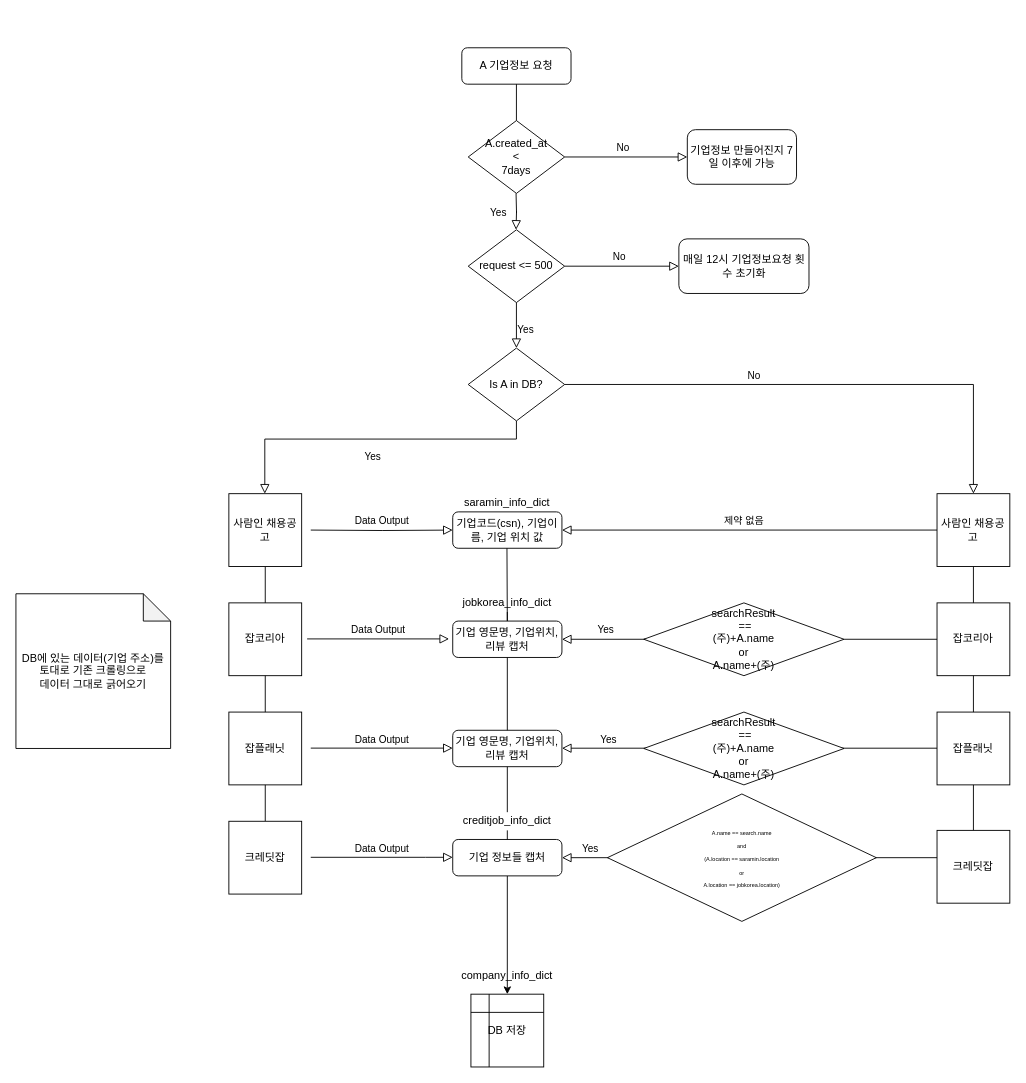
NGG-kang/project3 keeps this draw.io diagram as Untitled Diagram.drawio. Above is the earlier version. Source tidied: cells renumbered, new cells numbered last; positions are measured from the earlier drawing's top-left corner, leaving out a move shared by most shapes. Both pictures are drawn from the tidied source at 91%, with x=0, y=0 at pixel (15, 47).
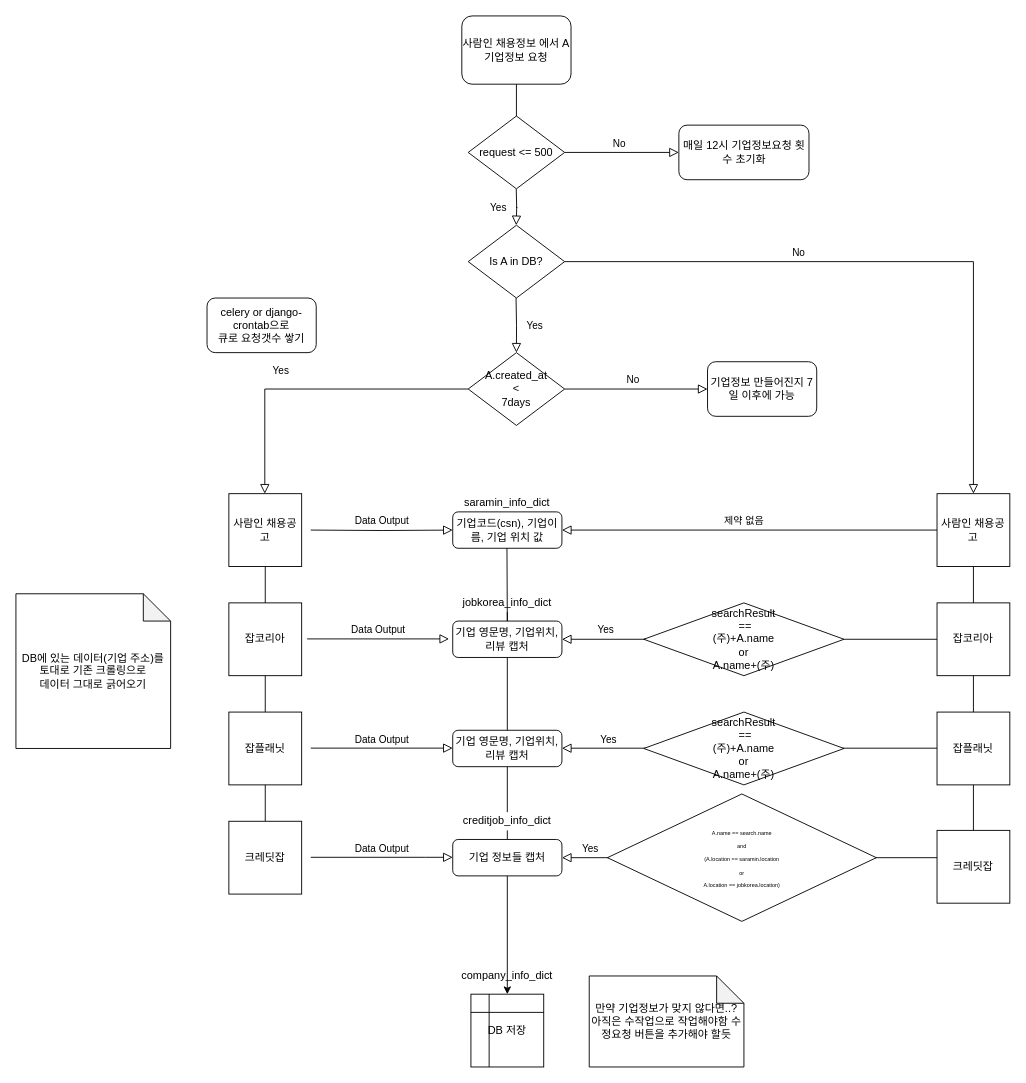
After the change.

What changed in the source:
```diff
@@
-    <mxCell id="8" value="A 기업정보 요청" style="rounded=1;whiteSpace=wrap;html=1;fontSize=12;glass=0;strokeWidth=1;shadow=0;" parent="1" vertex="1">
-      <mxGeometry x="490" width="120" height="40" as="geometry" />
+    <mxCell id="8" value="사람인 채용정보 에서 A 기업정보 요청" style="rounded=1;whiteSpace=wrap;html=1;fontSize=12;glass=0;strokeWidth=1;shadow=0;" parent="1" vertex="1">
+      <mxGeometry x="490" y="-35" width="120" height="75" as="geometry" />
     </mxCell>
@@
-    <mxCell id="15" value="Yes" style="rounded=0;html=1;jettySize=auto;fontSize=11;endArrow=block;endFill=0;endSize=8;strokeWidth=1;shadow=0;labelBackgroundColor=none;edgeStyle=orthogonalEdgeStyle;exitX=0.5;exitY=1;exitDx=0;exitDy=0;startArrow=none;" parent="1" edge="1" source="37">
-      <mxGeometry y="20" relative="1" as="geometry">
+    <mxCell id="15" value="Yes" style="rounded=0;html=1;jettySize=auto;fontSize=11;endArrow=block;endFill=0;endSize=8;strokeWidth=1;shadow=0;labelBackgroundColor=none;edgeStyle=orthogonalEdgeStyle;startArrow=none;exitX=0;exitY=0.5;exitDx=0;exitDy=0;" parent="1" edge="1" source="32">
+      <mxGeometry x="0.22" y="-20" relative="1" as="geometry">
         <mxPoint x="273.5" y="490" as="targetPoint" />
         <Array as="points">
-          <mxPoint x="550" y="430" />
-          <mxPoint x="274" y="430" />
+          <mxPoint x="274" y="375" />
         </Array>
       </mxGeometry>
     </mxCell>
@@
     <mxCell id="17" value="매일 12시 기업정보요청 횟수 초기화" style="rounded=1;whiteSpace=wrap;html=1;" parent="1" vertex="1">
-      <mxGeometry x="728.5" y="210" width="143" height="60" as="geometry" />
+      <mxGeometry x="728.5" y="85" width="143" height="60" as="geometry" />
     </mxCell>
@@
-    <mxCell id="19" value="No" style="edgeStyle=orthogonalEdgeStyle;rounded=0;html=1;jettySize=auto;fontSize=11;endArrow=block;endFill=0;endSize=8;strokeWidth=1;shadow=0;labelBackgroundColor=none;entryX=0;entryY=0.5;entryDx=0;entryDy=0;startArrow=none;" parent="1" edge="1" source="32" target="20">
-      <mxGeometry x="-0.05" y="10" relative="1" as="geometry" />
-    </mxCell>
-    <mxCell id="20" value="기업정보 만들어진지 7일 이후에 가능" style="rounded=1;whiteSpace=wrap;html=1;" parent="1" vertex="1">
-      <mxGeometry x="737.8" y="90" width="120" height="60" as="geometry" />
-    </mxCell>
@@
-    <mxCell id="32" value="A.created_at &lt;br&gt;&amp;lt; &lt;br&gt;7days" style="rhombus;whiteSpace=wrap;html=1;" parent="1" vertex="1">
-      <mxGeometry x="497" y="80" width="106" height="80" as="geometry" />
-    </mxCell>
@@
     <mxCell id="34" value="Yes" style="rounded=0;html=1;jettySize=auto;orthogonalLoop=1;fontSize=11;endArrow=block;endFill=0;endSize=8;strokeWidth=1;shadow=0;labelBackgroundColor=none;edgeStyle=orthogonalEdgeStyle;" parent="1" edge="1">
       <mxGeometry y="20" relative="1" as="geometry">
-        <mxPoint x="549.6" y="160" as="sourcePoint" />
-        <mxPoint x="549.6" y="200" as="targetPoint" />
+        <mxPoint x="549.8" y="155" as="sourcePoint" />
+        <mxPoint x="549.8" y="195" as="targetPoint" />
       </mxGeometry>
     </mxCell>
@@
     <mxCell id="36" value="request &amp;lt;= 500" style="rhombus;whiteSpace=wrap;html=1;" parent="1" vertex="1">
-      <mxGeometry x="497" y="200" width="106" height="80" as="geometry" />
+      <mxGeometry x="497" y="75" width="106" height="80" as="geometry" />
     </mxCell>
     <mxCell id="37" value="Is A in DB?" style="rhombus;whiteSpace=wrap;html=1;" parent="1" vertex="1">
-      <mxGeometry x="497" y="330" width="106" height="80" as="geometry" />
+      <mxGeometry x="497" y="195" width="106" height="80" as="geometry" />
     </mxCell>
-    <mxCell id="38" value="Yes" style="rounded=0;html=1;jettySize=auto;fontSize=11;endArrow=block;endFill=0;endSize=8;strokeWidth=1;shadow=0;labelBackgroundColor=none;edgeStyle=orthogonalEdgeStyle;exitX=0.5;exitY=1;exitDx=0;exitDy=0;entryX=0.5;entryY=0;entryDx=0;entryDy=0;" parent="1" edge="1" source="36" target="37">
-      <mxGeometry x="0.2" y="10" relative="1" as="geometry" />
-    </mxCell>
@@
+    <mxCell id="50" value="celery or django-crontab으로 &lt;br&gt;큐로 요청갯수 쌓기" style="rounded=1;whiteSpace=wrap;html=1;" parent="1" vertex="1">
+      <mxGeometry x="210" y="275" width="120" height="60" as="geometry" />
+    </mxCell>
+    <mxCell id="19" value="No" style="edgeStyle=orthogonalEdgeStyle;rounded=0;html=1;jettySize=auto;fontSize=11;endArrow=block;endFill=0;endSize=8;strokeWidth=1;shadow=0;labelBackgroundColor=none;entryX=0;entryY=0.5;entryDx=0;entryDy=0;startArrow=none;" parent="1" edge="1" source="32" target="20">
+      <mxGeometry x="-0.05" y="10" relative="1" as="geometry" />
+    </mxCell>
+    <mxCell id="20" value="기업정보 만들어진지 7일 이후에 가능" style="rounded=1;whiteSpace=wrap;html=1;" parent="1" vertex="1">
+      <mxGeometry x="760" y="345" width="120" height="60" as="geometry" />
+    </mxCell>
+    <mxCell id="32" value="A.created_at &lt;br&gt;&amp;lt; &lt;br&gt;7days" style="rhombus;whiteSpace=wrap;html=1;" parent="1" vertex="1">
+      <mxGeometry x="497" y="335" width="106" height="80" as="geometry" />
+    </mxCell>
+    <mxCell id="38" value="Yes" style="rounded=0;html=1;jettySize=auto;fontSize=11;endArrow=block;endFill=0;endSize=8;strokeWidth=1;shadow=0;labelBackgroundColor=none;edgeStyle=orthogonalEdgeStyle;entryX=0.5;entryY=0;entryDx=0;entryDy=0;" parent="1" edge="1" target="32">
+      <mxGeometry y="20" relative="1" as="geometry">
+        <mxPoint x="549.6" y="275" as="sourcePoint" />
+      </mxGeometry>
+    </mxCell>
+    <mxCell id="51" value="만약 기업정보가 맞지 않다면..? 아직은 수작업으로 작업해야함 수정요청 버튼을 추가해야 할듯" style="shape=note;whiteSpace=wrap;html=1;backgroundOutline=1;darkOpacity=0.05;" parent="1" vertex="1">
+      <mxGeometry x="630" y="1020" width="170" height="100" as="geometry" />
+    </mxCell>
```
